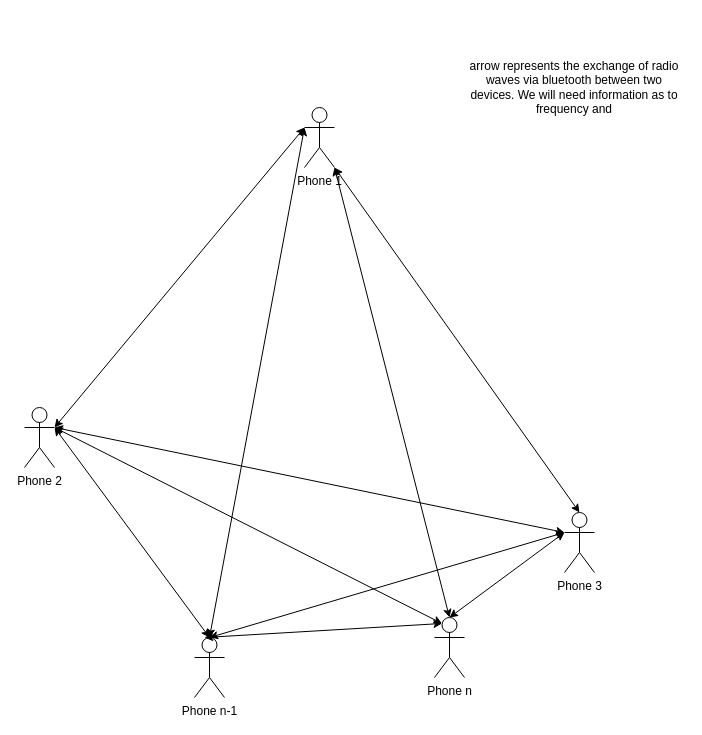
Before: page "concept" (1 of 3) of system_architecture.drawio in chadashu/mapping_via_radiowaves, a draw.io diagram. Source tidied: cells renumbered, new cells numbered last; positions are measured from the earlier drawing's top-left corner, leaving out a move shared by most shapes. Both pictures are drawn from the tidied source at 100%, with x=0, y=0 at pixel (24, 17).
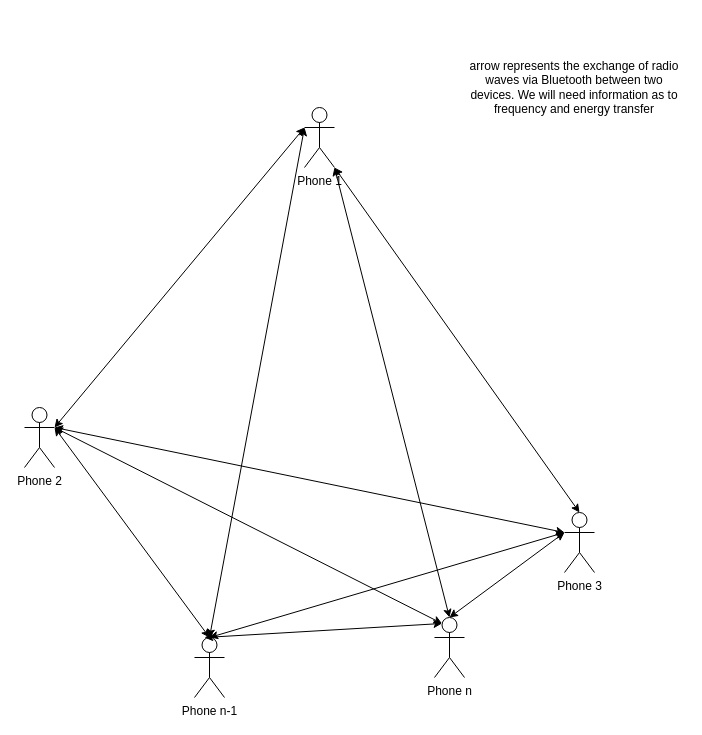
Above is the later version.

What changed in the source:
```diff
@@
 <mxGraphModel>
   <root>
     <mxCell id="0" />
     <mxCell id="1" parent="0" />
     <mxCell id="2" value="Phone 3" style="shape=umlActor;verticalLabelPosition=bottom;verticalAlign=top;html=1;outlineConnect=0;" parent="1" vertex="1">
       <mxGeometry x="540" y="495" width="30" height="60" as="geometry" />
     </mxCell>
     <mxCell id="3" value="&lt;div&gt;Phone 2&lt;/div&gt;" style="shape=umlActor;verticalLabelPosition=bottom;verticalAlign=top;html=1;outlineConnect=0;" parent="1" vertex="1">
       <mxGeometry y="390" width="30" height="60" as="geometry" />
     </mxCell>
     <mxCell id="4" value="Phone 1" style="shape=umlActor;verticalLabelPosition=bottom;verticalAlign=top;html=1;outlineConnect=0;" parent="1" vertex="1">
       <mxGeometry x="280" y="90" width="30" height="60" as="geometry" />
     </mxCell>
     <mxCell id="5" style="endArrow=classic;startArrow=classic;html=1;rounded=0;exitX=1;exitY=0.3333333333333333;exitDx=0;exitDy=0;exitPerimeter=0;entryX=0;entryY=0.3333333333333333;entryDx=0;entryDy=0;entryPerimeter=0;" parent="1" edge="1" source="3" target="4">
       <mxGeometry relative="1" as="geometry" />
     </mxCell>
     <mxCell id="6" style="endArrow=classic;startArrow=classic;html=1;rounded=0;exitX=1;exitY=0.3333333333333333;exitDx=0;exitDy=0;exitPerimeter=0;entryX=0;entryY=0.3333333333333333;entryDx=0;entryDy=0;entryPerimeter=0;" parent="1" edge="1" source="3" target="2">
       <mxGeometry relative="1" as="geometry" />
     </mxCell>
     <mxCell id="7" style="endArrow=classic;startArrow=classic;html=1;rounded=0;exitX=1;exitY=1;exitDx=0;exitDy=0;exitPerimeter=0;entryX=0.5;entryY=0;entryDx=0;entryDy=0;entryPerimeter=0;" parent="1" edge="1" source="4" target="2">
       <mxGeometry relative="1" as="geometry" />
     </mxCell>
     <mxCell id="8" value="Phone n-1" style="shape=umlActor;verticalLabelPosition=bottom;verticalAlign=top;html=1;outlineConnect=0;" parent="1" vertex="1">
       <mxGeometry x="170" y="620" width="30" height="60" as="geometry" />
     </mxCell>
     <mxCell id="9" style="endArrow=classic;startArrow=classic;html=1;rounded=0;exitX=0.5;exitY=0;exitDx=0;exitDy=0;exitPerimeter=0;entryX=1;entryY=0.3333333333333333;entryDx=0;entryDy=0;entryPerimeter=0;" parent="1" edge="1" source="8" target="3">
       <mxGeometry relative="1" as="geometry" />
     </mxCell>
     <mxCell id="10" style="endArrow=classic;startArrow=classic;html=1;rounded=0;exitX=0.5;exitY=0;exitDx=0;exitDy=0;exitPerimeter=0;entryX=0;entryY=0.3333333333333333;entryDx=0;entryDy=0;entryPerimeter=0;" parent="1" edge="1" source="8" target="4">
       <mxGeometry relative="1" as="geometry" />
     </mxCell>
     <mxCell id="11" style="endArrow=classic;startArrow=classic;html=1;rounded=0;entryX=0;entryY=0.3333333333333333;entryDx=0;entryDy=0;entryPerimeter=0;exitX=0.5;exitY=0;exitDx=0;exitDy=0;exitPerimeter=0;" parent="1" edge="1" source="8" target="2">
       <mxGeometry relative="1" as="geometry" />
     </mxCell>
     <mxCell id="12" value="Phone n" style="shape=umlActor;verticalLabelPosition=bottom;verticalAlign=top;html=1;outlineConnect=0;" parent="1" vertex="1">
       <mxGeometry x="410" y="600" width="30" height="60" as="geometry" />
     </mxCell>
     <mxCell id="13" style="endArrow=classic;startArrow=classic;html=1;rounded=0;entryX=0.25;entryY=0.1;entryDx=0;entryDy=0;entryPerimeter=0;" parent="1" edge="1" target="12">
       <mxGeometry relative="1" as="geometry">
         <mxPoint x="180" y="620" as="sourcePoint" />
       </mxGeometry>
     </mxCell>
     <mxCell id="14" style="endArrow=classic;startArrow=classic;html=1;rounded=0;exitX=1;exitY=0.3333333333333333;exitDx=0;exitDy=0;exitPerimeter=0;entryX=0.25;entryY=0.1;entryDx=0;entryDy=0;entryPerimeter=0;" parent="1" edge="1" source="3" target="12">
       <mxGeometry relative="1" as="geometry" />
     </mxCell>
     <mxCell id="15" style="endArrow=classic;startArrow=classic;html=1;rounded=0;exitX=1;exitY=1;exitDx=0;exitDy=0;exitPerimeter=0;entryX=0.5;entryY=0;entryDx=0;entryDy=0;entryPerimeter=0;" parent="1" edge="1" source="4" target="12">
       <mxGeometry relative="1" as="geometry" />
     </mxCell>
     <mxCell id="16" style="endArrow=classic;startArrow=classic;html=1;rounded=0;exitX=0.5;exitY=0;exitDx=0;exitDy=0;exitPerimeter=0;entryX=0;entryY=0.3333333333333333;entryDx=0;entryDy=0;entryPerimeter=0;" parent="1" edge="1" source="12" target="2">
       <mxGeometry relative="1" as="geometry" />
     </mxCell>
-    <mxCell id="17" value="arrow represents the exchange of radio waves via bluetooth between two devices. We will need information as to frequency and " style="text;html=1;strokeColor=none;fillColor=none;align=center;verticalAlign=middle;whiteSpace=wrap;rounded=0;" parent="1" vertex="1">
+    <mxCell id="17" value="arrow represents the exchange of radio waves via Bluetooth between two devices. We will need information as to frequency and energy transfer" style="text;html=1;strokeColor=none;fillColor=none;align=center;verticalAlign=middle;whiteSpace=wrap;rounded=0;" parent="1" vertex="1">
       <mxGeometry x="440" width="220" height="140" as="geometry" />
     </mxCell>
   </root>
 </mxGraphModel>
```
